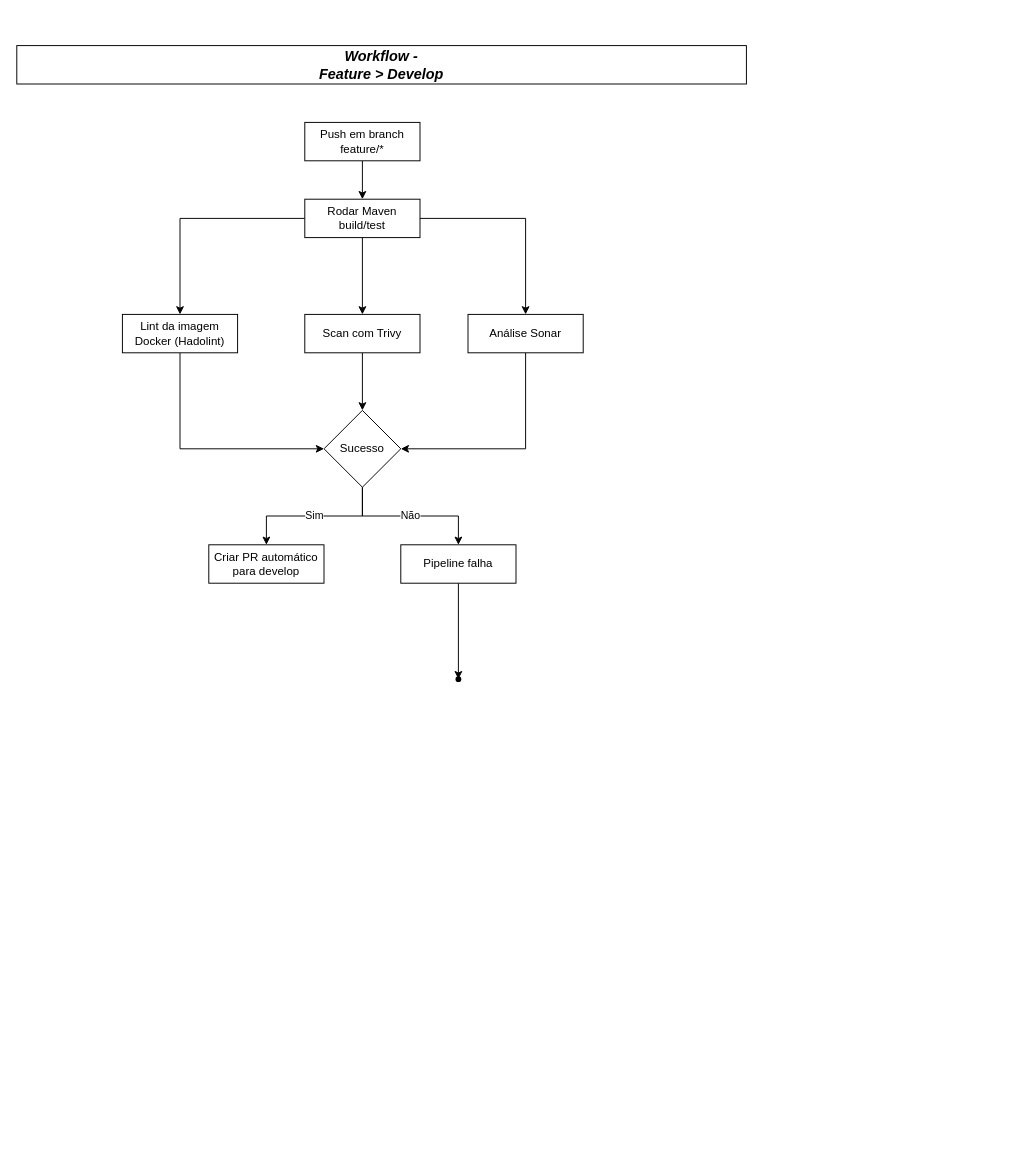
Before: page "workflow" (4 of 4) of drawio/arquitetura.drawio in jhegner/kubernetes-labs, a draw.io diagram. Source tidied: cells renumbered, new cells numbered last; positions are measured from the earlier drawing's top-left corner, leaving out a move shared by most shapes. Both pictures are drawn from the tidied source at 96%, with x=0, y=0 at pixel (16, 45).
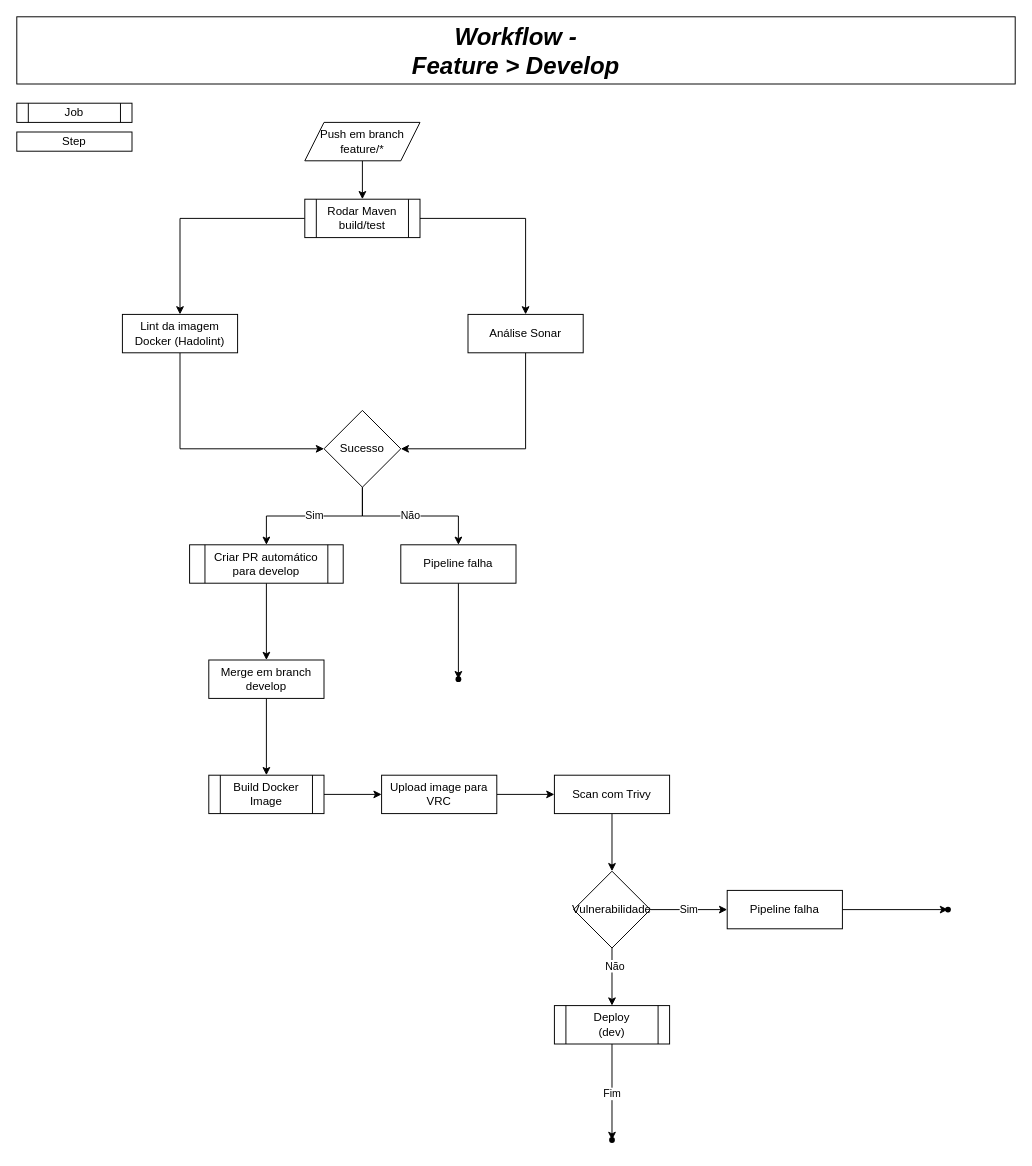
After the change.

Unchanged cells that the change refers to:
```xml
<mxCell id="17" value="Sucesso" style="rhombus;whiteSpace=wrap;html=1;" parent="1" vertex="1">
  <mxGeometry x="320" y="380" width="80" height="80" as="geometry" />
</mxCell>
```

Diff of the diagram source:
```diff
@@
-    <mxCell id="2" value="Workflow - &lt;br&gt;Feature &amp;gt; Develop" style="rounded=0;whiteSpace=wrap;html=1;fontStyle=3;fontSize=15;" parent="1" vertex="1">
-      <mxGeometry width="760" height="40" as="geometry" />
+    <mxCell id="2" value="Workflow - &lt;br&gt;Feature &amp;gt; Develop" style="rounded=0;whiteSpace=wrap;html=1;fontStyle=3;fontSize=25;" parent="1" vertex="1">
+      <mxGeometry y="-30" width="1040" height="70" as="geometry" />
     </mxCell>
@@
-    <mxCell id="4" value="Push em branch feature/*" style="whiteSpace=wrap;html=1;" parent="1" vertex="1">
+    <mxCell id="4" value="Push em branch feature/*" style="shape=parallelogram;perimeter=parallelogramPerimeter;whiteSpace=wrap;html=1;fixedSize=1;strokeColor=default;align=center;verticalAlign=middle;fontFamily=Helvetica;fontSize=12;fontColor=default;fillColor=default;" parent="1" vertex="1">
       <mxGeometry x="300" y="80" width="120" height="40" as="geometry" />
     </mxCell>
@@
-    <mxCell id="6" style="edgeStyle=orthogonalEdgeStyle;rounded=0;jettySize=auto;html=1;" parent="1" edge="1" source="8" target="12">
-      <mxGeometry relative="1" as="geometry" />
-    </mxCell>
@@
-    <mxCell id="8" value="Rodar Maven build/test" style="whiteSpace=wrap;html=1;" parent="1" vertex="1">
+    <mxCell id="8" value="Rodar Maven build/test" style="shape=process;whiteSpace=wrap;html=1;backgroundOutline=1;" parent="1" vertex="1">
       <mxGeometry x="300" y="160" width="120" height="40" as="geometry" />
     </mxCell>
@@
-    <mxCell id="11" style="edgeStyle=orthogonalEdgeStyle;rounded=0;jettySize=auto;html=1;" parent="1" edge="1" source="12" target="17">
-      <mxGeometry relative="1" as="geometry" />
-    </mxCell>
-    <mxCell id="12" value="&lt;span style=&quot;text-wrap-mode: nowrap;&quot;&gt;Scan com Trivy&lt;/span&gt;" style="whiteSpace=wrap;html=1;" parent="1" vertex="1">
-      <mxGeometry x="300" y="280" width="120" height="40" as="geometry" />
-    </mxCell>
@@
+    <mxCell id="22" style="edgeStyle=orthogonalEdgeStyle;rounded=0;jettySize=auto;html=1;" parent="1" edge="1" source="18" target="24">
+      <mxGeometry relative="1" as="geometry" />
+    </mxCell>
-    <mxCell id="18" value="&lt;span style=&quot;text-wrap-mode: nowrap;&quot;&gt;Criar PR automático &lt;br&gt;para develop&lt;/span&gt;" style="whiteSpace=wrap;html=1;" parent="1" vertex="1">
-      <mxGeometry x="200" y="520" width="120" height="40" as="geometry" />
+    <mxCell id="18" value="&lt;span style=&quot;text-wrap-mode: nowrap;&quot;&gt;Criar PR automático &lt;br&gt;para develop&lt;/span&gt;" style="shape=process;whiteSpace=wrap;html=1;backgroundOutline=1;" parent="1" vertex="1">
+      <mxGeometry x="180" y="520" width="160" height="40" as="geometry" />
     </mxCell>
@@
+    <mxCell id="23" style="edgeStyle=orthogonalEdgeStyle;rounded=0;jettySize=auto;html=1;" parent="1" edge="1" source="24" target="26">
+      <mxGeometry relative="1" as="geometry" />
+    </mxCell>
+    <mxCell id="24" value="Merge em branch develop" style="whiteSpace=wrap;html=1;" parent="1" vertex="1">
+      <mxGeometry x="200" y="640" width="120" height="40" as="geometry" />
+    </mxCell>
+    <mxCell id="25" style="edgeStyle=orthogonalEdgeStyle;rounded=0;jettySize=auto;html=1;" parent="1" edge="1" source="26" target="29">
+      <mxGeometry relative="1" as="geometry" />
+    </mxCell>
+    <mxCell id="26" value="Build Docker Image" style="shape=process;whiteSpace=wrap;html=1;backgroundOutline=1;" parent="1" vertex="1">
+      <mxGeometry x="200" y="760" width="120" height="40" as="geometry" />
+    </mxCell>
+    <mxCell id="27" style="edgeStyle=orthogonalEdgeStyle;rounded=0;jettySize=auto;html=1;" parent="1" edge="1" source="12" target="33">
+      <mxGeometry relative="1" as="geometry" />
+    </mxCell>
+    <mxCell id="12" value="&lt;span style=&quot;text-wrap-mode: nowrap;&quot;&gt;Scan com Trivy&lt;/span&gt;" style="whiteSpace=wrap;html=1;" parent="1" vertex="1">
+      <mxGeometry x="560" y="760" width="120" height="40" as="geometry" />
+    </mxCell>
+    <mxCell id="28" style="edgeStyle=orthogonalEdgeStyle;rounded=0;jettySize=auto;html=1;" parent="1" edge="1" source="29" target="12">
+      <mxGeometry relative="1" as="geometry" />
+    </mxCell>
+    <mxCell id="29" value="Upload image para VRC" style="whiteSpace=wrap;html=1;" parent="1" vertex="1">
+      <mxGeometry x="380" y="760" width="120" height="40" as="geometry" />
+    </mxCell>
+    <mxCell id="30" value="Sim" style="edgeStyle=orthogonalEdgeStyle;rounded=0;jettySize=auto;html=1;" parent="1" edge="1" source="33" target="35">
+      <mxGeometry relative="1" as="geometry" />
+    </mxCell>
+    <mxCell id="31" style="edgeStyle=orthogonalEdgeStyle;rounded=0;jettySize=auto;html=1;" parent="1" edge="1" source="33" target="39">
+      <mxGeometry relative="1" as="geometry" />
+    </mxCell>
+    <mxCell id="32" value="Não" style="edgeLabel;html=1;align=center;verticalAlign=middle;" parent="31" vertex="1">
+      <mxGeometry x="-0.41" y="2" relative="1" as="geometry" />
+    </mxCell>
+    <mxCell id="33" value="Vulnerabilidade" style="rhombus;whiteSpace=wrap;html=1;" parent="1" vertex="1">
+      <mxGeometry x="580" y="860" width="80" height="80" as="geometry" />
+    </mxCell>
+    <mxCell id="34" style="edgeStyle=orthogonalEdgeStyle;rounded=0;jettySize=auto;html=1;" parent="1" edge="1" source="35" target="36">
+      <mxGeometry relative="1" as="geometry" />
+    </mxCell>
+    <mxCell id="35" value="&lt;span style=&quot;text-wrap-mode: nowrap;&quot;&gt;Pipeline falha&lt;/span&gt;" style="whiteSpace=wrap;html=1;" parent="1" vertex="1">
+      <mxGeometry x="740" y="880" width="120" height="40" as="geometry" />
+    </mxCell>
+    <mxCell id="36" style="shape=waypoint;sketch=0;size=6;points=[];fillColor=default;perimeter=centerPerimeter;snapToPoint=1;" parent="1" vertex="1">
+      <mxGeometry x="960" y="890" width="20" height="20" as="geometry" />
+    </mxCell>
+    <mxCell id="37" style="edgeStyle=orthogonalEdgeStyle;rounded=0;jettySize=auto;html=1;" parent="1" edge="1" source="39" target="40">
+      <mxGeometry relative="1" as="geometry" />
+    </mxCell>
+    <mxCell id="38" value="Fim" style="edgeLabel;html=1;align=center;verticalAlign=middle;" parent="37" vertex="1">
+      <mxGeometry x="0.04" y="-1" relative="1" as="geometry">
+        <mxPoint y="-1" as="offset" />
+      </mxGeometry>
+    </mxCell>
+    <mxCell id="39" value="Deploy&lt;div&gt;(dev)&lt;/div&gt;" style="shape=process;whiteSpace=wrap;html=1;backgroundOutline=1;" parent="1" vertex="1">
+      <mxGeometry x="560" y="1000" width="120" height="40" as="geometry" />
+    </mxCell>
+    <mxCell id="40" style="shape=waypoint;sketch=0;size=6;points=[];fillColor=default;perimeter=centerPerimeter;snapToPoint=1;" parent="1" vertex="1">
+      <mxGeometry x="610" y="1130" width="20" height="20" as="geometry" />
+    </mxCell>
+    <mxCell id="41" value="Job" style="shape=process;whiteSpace=wrap;html=1;backgroundOutline=1;" parent="1" vertex="1">
+      <mxGeometry y="60" width="120" height="20" as="geometry" />
+    </mxCell>
+    <mxCell id="42" value="Step" style="whiteSpace=wrap;html=1;" parent="1" vertex="1">
+      <mxGeometry y="90" width="120" height="20" as="geometry" />
+    </mxCell>
```
